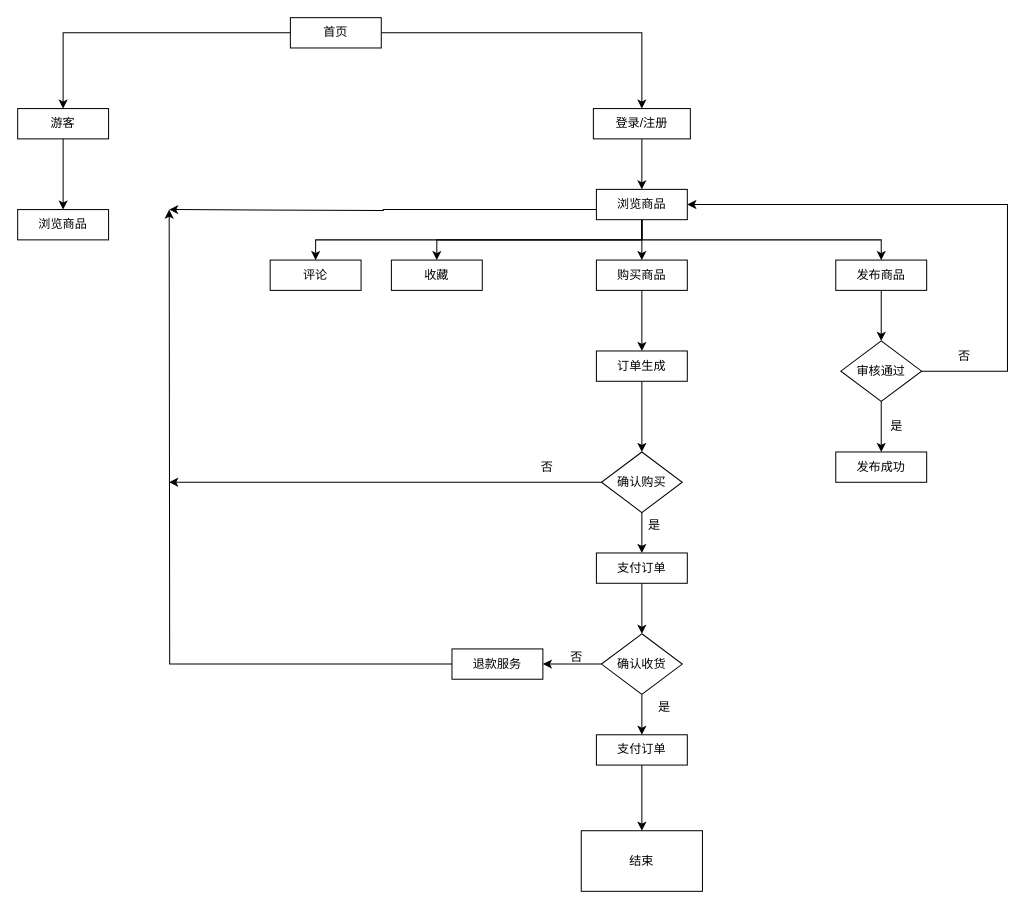
amazing-a/ER keeps this draw.io diagram as Untitled Diagram.drawio. Above is the earlier version. Source tidied: cells renumbered, new cells numbered last; positions are measured from the earlier drawing's top-left corner, leaving out a move shared by most shapes. Both pictures are drawn from the tidied source at 101%, with x=0, y=0 at pixel (17, 17).
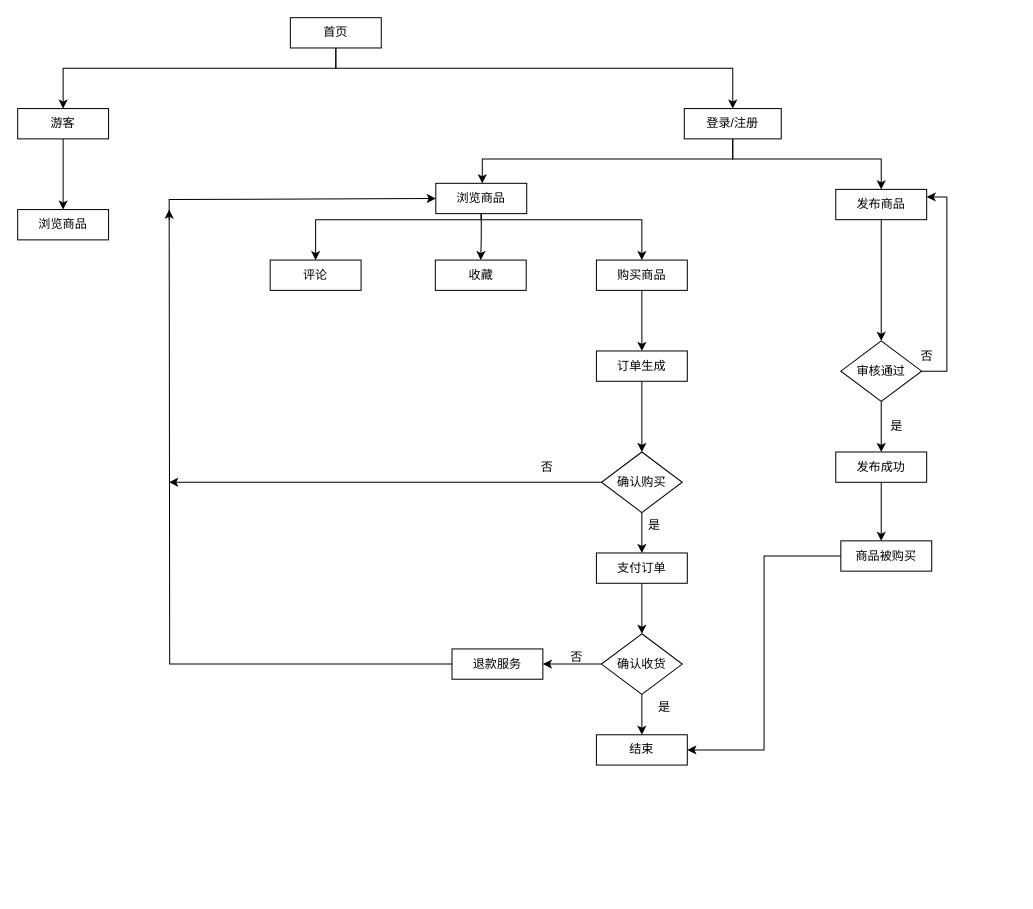
The same diagram, later.

The change refers to these unchanged cells:
```xml
<mxCell id="4" value="首页" style="rounded=0;whiteSpace=wrap;html=1;" parent="1" vertex="1">
  <mxGeometry x="270" width="90" height="30" as="geometry" />
</mxCell>
<mxCell id="6" value="游客" style="rounded=0;whiteSpace=wrap;html=1;" parent="1" vertex="1">
  <mxGeometry y="90" width="90" height="30" as="geometry" />
</mxCell>
<mxCell id="17" value="评论" style="rounded=0;whiteSpace=wrap;html=1;" parent="1" vertex="1">
  <mxGeometry x="250" y="240" width="90" height="30" as="geometry" />
</mxCell>
<mxCell id="19" value="购买商品" style="rounded=0;whiteSpace=wrap;html=1;" parent="1" vertex="1">
  <mxGeometry x="573" y="240" width="90" height="30" as="geometry" />
</mxCell>
<mxCell id="24" value="审核通过" style="rhombus;whiteSpace=wrap;html=1;" parent="1" vertex="1">
  <mxGeometry x="815" y="320" width="80" height="60" as="geometry" />
</mxCell>
<mxCell id="25" value="发布成功" style="rounded=0;whiteSpace=wrap;html=1;" parent="1" vertex="1">
  <mxGeometry x="810" y="430" width="90" height="30" as="geometry" />
</mxCell>
```

Diff of the diagram source:
```diff
@@
     <mxCell id="2" style="edgeStyle=orthogonalEdgeStyle;rounded=0;jettySize=auto;html=1;entryX=0.5;entryY=0;entryDx=0;entryDy=0;" parent="1" edge="1" source="4" target="6">
-      <mxGeometry relative="1" as="geometry" />
+      <mxGeometry relative="1" as="geometry">
+        <Array as="points">
+          <mxPoint x="315" y="50" />
+          <mxPoint x="45" y="50" />
+        </Array>
+      </mxGeometry>
     </mxCell>
-    <mxCell id="3" style="edgeStyle=orthogonalEdgeStyle;rounded=0;jettySize=auto;html=1;entryX=0.5;entryY=0;entryDx=0;entryDy=0;" parent="1" edge="1" source="4" target="8">
-      <mxGeometry relative="1" as="geometry" />
+    <mxCell id="3" style="edgeStyle=orthogonalEdgeStyle;rounded=0;jettySize=auto;html=1;" parent="1" edge="1" source="4" target="8">
+      <mxGeometry relative="1" as="geometry">
+        <Array as="points">
+          <mxPoint x="315" y="50" />
+          <mxPoint x="708" y="50" />
+        </Array>
+      </mxGeometry>
     </mxCell>
@@
+    <mxCell id="47" style="edgeStyle=orthogonalEdgeStyle;rounded=0;jettySize=auto;html=1;" parent="1" edge="1" source="8" target="16">
+      <mxGeometry relative="1" as="geometry">
+        <Array as="points">
+          <mxPoint x="708" y="140" />
+          <mxPoint x="855" y="140" />
+        </Array>
+      </mxGeometry>
+    </mxCell>
-    <mxCell id="7" style="edgeStyle=orthogonalEdgeStyle;rounded=0;jettySize=auto;html=1;entryX=0.5;entryY=0;entryDx=0;entryDy=0;" parent="1" edge="1" source="8" target="14">
-      <mxGeometry relative="1" as="geometry" />
+    <mxCell id="7" style="edgeStyle=orthogonalEdgeStyle;rounded=0;jettySize=auto;html=1;" parent="1" edge="1" source="8" target="14">
+      <mxGeometry relative="1" as="geometry">
+        <Array as="points">
+          <mxPoint x="708" y="140" />
+          <mxPoint x="460" y="140" />
+        </Array>
+      </mxGeometry>
     </mxCell>
     <mxCell id="8" value="登录/注册" style="rounded=0;whiteSpace=wrap;html=1;" parent="1" vertex="1">
-      <mxGeometry x="570" y="90" width="96" height="30" as="geometry" />
+      <mxGeometry x="660" y="90" width="96" height="30" as="geometry" />
     </mxCell>
-    <mxCell id="9" style="edgeStyle=orthogonalEdgeStyle;rounded=0;jettySize=auto;html=1;" parent="1" edge="1" source="14" target="17">
+    <mxCell id="9" style="edgeStyle=orthogonalEdgeStyle;rounded=0;jettySize=auto;html=1;entryX=0.5;entryY=0;entryDx=0;entryDy=0;" parent="1" edge="1" source="14" target="17">
       <mxGeometry relative="1" as="geometry">
         <Array as="points">
-          <mxPoint x="618" y="220" />
-          <mxPoint x="295" y="220" />
+          <mxPoint x="459" y="200" />
+          <mxPoint x="295" y="200" />
         </Array>
       </mxGeometry>
     </mxCell>
-    <mxCell id="10" style="edgeStyle=orthogonalEdgeStyle;rounded=0;jettySize=auto;html=1;entryX=0.5;entryY=0;entryDx=0;entryDy=0;" parent="1" edge="1" source="14" target="21">
-      <mxGeometry relative="1" as="geometry">
-        <Array as="points">
-          <mxPoint x="618" y="220" />
-          <mxPoint x="415" y="220" />
-        </Array>
-      </mxGeometry>
+    <mxCell id="10" style="edgeStyle=orthogonalEdgeStyle;rounded=0;jettySize=auto;html=1;" parent="1" edge="1" source="14" target="21">
+      <mxGeometry relative="1" as="geometry" />
     </mxCell>
     <mxCell id="11" style="edgeStyle=orthogonalEdgeStyle;rounded=0;jettySize=auto;html=1;" parent="1" edge="1" source="14" target="19">
-      <mxGeometry relative="1" as="geometry" />
+      <mxGeometry relative="1" as="geometry">
+        <Array as="points">
+          <mxPoint x="459" y="200" />
+          <mxPoint x="618" y="200" />
+        </Array>
+      </mxGeometry>
     </mxCell>
-    <mxCell id="12" style="edgeStyle=orthogonalEdgeStyle;rounded=0;jettySize=auto;html=1;entryX=0.5;entryY=0;entryDx=0;entryDy=0;" parent="1" edge="1" source="14" target="16">
-      <mxGeometry relative="1" as="geometry">
-        <Array as="points">
-          <mxPoint x="618" y="220" />
-          <mxPoint x="855" y="220" />
-        </Array>
-      </mxGeometry>
-    </mxCell>
-    <mxCell id="13" style="edgeStyle=orthogonalEdgeStyle;rounded=0;jettySize=auto;html=1;" parent="1" edge="1" source="14">
-      <mxGeometry relative="1" as="geometry">
-        <mxPoint x="150" y="190" as="targetPoint" />
-        <Array as="points">
-          <mxPoint x="362" y="190" />
-          <mxPoint x="150" y="191" />
-        </Array>
-      </mxGeometry>
-    </mxCell>
     <mxCell id="14" value="浏览商品" style="rounded=0;whiteSpace=wrap;html=1;" parent="1" vertex="1">
-      <mxGeometry x="573" y="170" width="90" height="30" as="geometry" />
+      <mxGeometry x="414" y="164" width="90" height="30" as="geometry" />
     </mxCell>
@@
     <mxCell id="16" value="发布商品" style="rounded=0;whiteSpace=wrap;html=1;" parent="1" vertex="1">
-      <mxGeometry x="810" y="240" width="90" height="30" as="geometry" />
+      <mxGeometry x="810" y="170" width="90" height="30" as="geometry" />
     </mxCell>
@@
     <mxCell id="21" value="收藏" style="rounded=0;whiteSpace=wrap;html=1;" parent="1" vertex="1">
-      <mxGeometry x="370" y="240" width="90" height="30" as="geometry" />
+      <mxGeometry x="413.5" y="240" width="90" height="30" as="geometry" />
     </mxCell>
@@
-    <mxCell id="23" style="edgeStyle=orthogonalEdgeStyle;rounded=0;jettySize=auto;html=1;entryX=1;entryY=0.5;entryDx=0;entryDy=0;" parent="1" edge="1" source="24" target="14">
-      <mxGeometry relative="1" as="geometry">
-        <Array as="points">
-          <mxPoint x="980" y="350" />
-          <mxPoint x="980" y="185" />
-        </Array>
-      </mxGeometry>
-    </mxCell>
+    <mxCell id="48" style="edgeStyle=orthogonalEdgeStyle;rounded=0;jettySize=auto;html=1;entryX=1;entryY=0.25;entryDx=0;entryDy=0;" parent="1" edge="1" source="24" target="16">
+      <mxGeometry relative="1" as="geometry">
+        <Array as="points">
+          <mxPoint x="920" y="350" />
+          <mxPoint x="920" y="178" />
+        </Array>
+      </mxGeometry>
+    </mxCell>
@@
+    <mxCell id="49" style="edgeStyle=orthogonalEdgeStyle;rounded=0;jettySize=auto;html=1;" parent="1" edge="1" source="25">
+      <mxGeometry relative="1" as="geometry">
+        <mxPoint x="855" y="518" as="targetPoint" />
+      </mxGeometry>
+    </mxCell>
@@
     <mxCell id="27" value="否" style="text;html=1;align=center;verticalAlign=middle;strokeColor=none;fillColor=none;" parent="1" vertex="1">
-      <mxGeometry x="917" y="320" width="40" height="30" as="geometry" />
+      <mxGeometry x="880" y="320" width="40" height="30" as="geometry" />
     </mxCell>
@@
-    <mxCell id="40" style="edgeStyle=orthogonalEdgeStyle;rounded=0;jettySize=auto;html=1;" parent="1" edge="1" source="41" target="46">
-      <mxGeometry relative="1" as="geometry" />
-    </mxCell>
-    <mxCell id="41" value="支付订单" style="rounded=0;whiteSpace=wrap;html=1;" parent="1" vertex="1">
+    <mxCell id="41" value="结束" style="rounded=0;whiteSpace=wrap;html=1;" parent="1" vertex="1">
       <mxGeometry x="573" y="710" width="90" height="30" as="geometry" />
     </mxCell>
@@
-    <mxCell id="46" value="结束" style="whiteSpace=wrap;html=1;rounded=0;" parent="1" vertex="1">
-      <mxGeometry x="558" y="805" width="120" height="60" as="geometry" />
-    </mxCell>
+    <mxCell id="50" style="edgeStyle=orthogonalEdgeStyle;rounded=0;jettySize=auto;html=1;entryX=1;entryY=0.5;entryDx=0;entryDy=0;" parent="1" edge="1" source="51" target="41">
+      <mxGeometry relative="1" as="geometry" />
+    </mxCell>
+    <mxCell id="51" value="商品被购买" style="rounded=0;whiteSpace=wrap;html=1;" parent="1" vertex="1">
+      <mxGeometry x="815" y="518" width="90" height="30" as="geometry" />
+    </mxCell>
+    <mxCell id="52" style="endArrow=classic;html=1;rounded=0;entryX=0;entryY=0.5;entryDx=0;entryDy=0;" parent="1" edge="1" target="14">
+      <mxGeometry relative="1" as="geometry">
+        <mxPoint x="150" y="200" as="sourcePoint" />
+        <Array as="points">
+          <mxPoint x="150" y="180" />
+        </Array>
+      </mxGeometry>
+    </mxCell>
```
